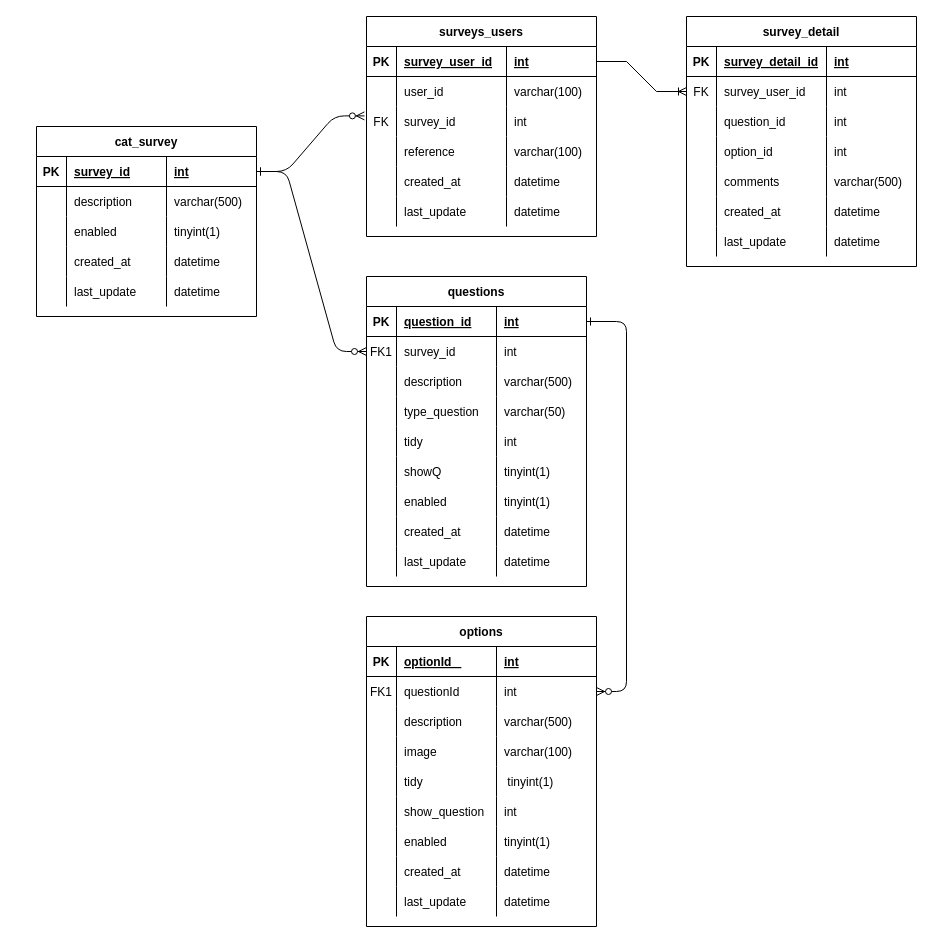
Earlier version of the draw.io diagram page "Surveys" (2 of 4) of Data base/E-R Dev.drawio (marcoluisdf/documentacion). Source tidied: cells renumbered, new cells numbered last; positions are measured from the earlier drawing's top-left corner, leaving out a move shared by most shapes. Both pictures are drawn from the tidied source at 100%, with x=0, y=0 at pixel (-84, 16).
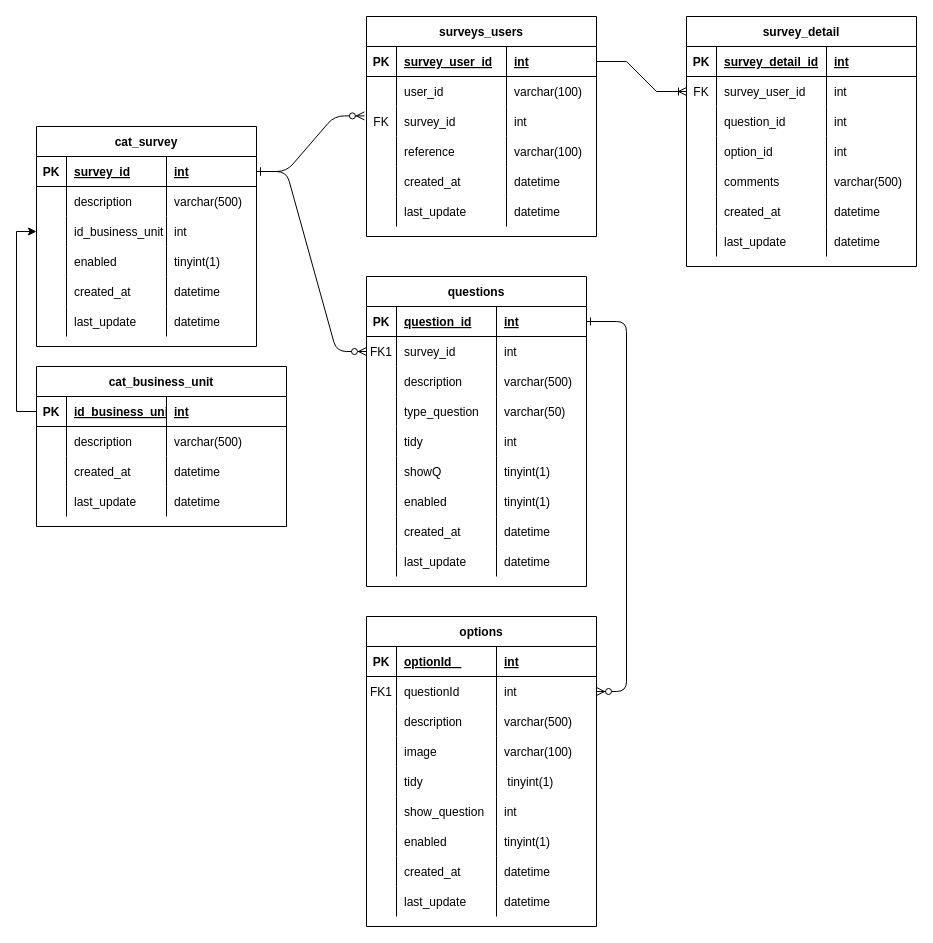
Above is the later version.

What changed in the source:
```diff
@@
     <mxCell id="78" value="cat_survey" style="shape=table;startSize=30;childLayout=tableLayout;rowLines=0;fontStyle=1;align=center;" parent="1" vertex="1">
-      <mxGeometry x="120" y="110" width="220" height="190" as="geometry" />
+      <mxGeometry x="120" y="110" width="220" height="220" as="geometry" />
     </mxCell>
@@
+    <mxCell id="155" style="shape=partialRectangle;fillColor=none;points=[[0,0.5],[1,0.5]];portConstraint=eastwest;top=0;left=0;right=0;bottom=0;" parent="78" vertex="1">
+      <mxGeometry y="90" width="220" height="30" as="geometry" />
+    </mxCell>
+    <mxCell id="156" style="shape=partialRectangle;overflow=hidden;fillColor=none;top=0;left=0;bottom=0;right=0;" parent="155" vertex="1">
+      <mxGeometry width="30" height="30" as="geometry" />
+    </mxCell>
+    <mxCell id="157" value="id_business_unit" style="shape=partialRectangle;overflow=hidden;fillColor=none;top=0;left=0;bottom=0;right=0;align=left;spacingLeft=6;" parent="155" vertex="1">
+      <mxGeometry x="30" width="100" height="30" as="geometry" />
+    </mxCell>
+    <mxCell id="158" value="int" style="shape=partialRectangle;overflow=hidden;fillColor=none;top=0;left=0;bottom=0;right=0;align=left;spacingLeft=6;" parent="155" vertex="1">
+      <mxGeometry x="130" width="90" height="30" as="geometry" />
+    </mxCell>
     <mxCell id="87" style="shape=partialRectangle;fillColor=none;top=0;left=0;right=0;bottom=0;" parent="78" vertex="1">
-      <mxGeometry y="90" width="220" height="30" as="geometry" />
+      <mxGeometry y="120" width="220" height="30" as="geometry" />
     </mxCell>
@@
     <mxCell id="91" style="shape=partialRectangle;fillColor=none;top=0;left=0;right=0;bottom=0;" parent="78" vertex="1">
-      <mxGeometry y="120" width="220" height="30" as="geometry" />
+      <mxGeometry y="150" width="220" height="30" as="geometry" />
     </mxCell>
@@
     <mxCell id="95" style="shape=partialRectangle;fillColor=none;top=0;left=0;right=0;bottom=0;" parent="78" vertex="1">
-      <mxGeometry y="150" width="220" height="30" as="geometry" />
+      <mxGeometry y="180" width="220" height="30" as="geometry" />
     </mxCell>
@@
+    <mxCell id="159" value="cat_business_unit" style="shape=table;startSize=30;childLayout=tableLayout;rowLines=0;fontStyle=1;align=center;" parent="1" vertex="1">
+      <mxGeometry x="120" y="350" width="250" height="160" as="geometry" />
+    </mxCell>
+    <mxCell id="160" style="shape=partialRectangle;fillColor=none;points=[[0,0.5],[1,0.5]];portConstraint=eastwest;top=0;left=0;right=0;bottom=1;" parent="159" vertex="1">
+      <mxGeometry y="30" width="250" height="30" as="geometry" />
+    </mxCell>
+    <mxCell id="161" value="PK" style="shape=partialRectangle;overflow=hidden;fillColor=none;top=0;left=0;bottom=0;right=0;fontStyle=1;" parent="160" vertex="1">
+      <mxGeometry width="30" height="30" as="geometry" />
+    </mxCell>
+    <mxCell id="162" value="id_business_unit" style="shape=partialRectangle;overflow=hidden;fillColor=none;top=0;left=0;bottom=0;right=0;align=left;spacingLeft=6;fontStyle=5;" parent="160" vertex="1">
+      <mxGeometry x="30" width="100" height="30" as="geometry" />
+    </mxCell>
+    <mxCell id="163" value="int" style="shape=partialRectangle;overflow=hidden;fillColor=none;top=0;left=0;bottom=0;right=0;align=left;spacingLeft=6;fontStyle=5;" parent="160" vertex="1">
+      <mxGeometry x="130" width="120" height="30" as="geometry" />
+    </mxCell>
+    <mxCell id="164" style="shape=partialRectangle;fillColor=none;top=0;left=0;right=0;bottom=0;" parent="159" vertex="1">
+      <mxGeometry y="60" width="250" height="30" as="geometry" />
+    </mxCell>
+    <mxCell id="165" style="shape=partialRectangle;overflow=hidden;fillColor=none;top=0;left=0;bottom=0;right=0;" parent="164" vertex="1">
+      <mxGeometry width="30" height="30" as="geometry" />
+    </mxCell>
+    <mxCell id="166" value="description        " style="shape=partialRectangle;overflow=hidden;fillColor=none;top=0;left=0;bottom=0;right=0;align=left;spacingLeft=6;" parent="164" vertex="1">
+      <mxGeometry x="30" width="100" height="30" as="geometry" />
+    </mxCell>
+    <mxCell id="167" value="varchar(500)" style="shape=partialRectangle;overflow=hidden;fillColor=none;top=0;left=0;bottom=0;right=0;align=left;spacingLeft=6;" parent="164" vertex="1">
+      <mxGeometry x="130" width="120" height="30" as="geometry" />
+    </mxCell>
+    <mxCell id="168" style="shape=partialRectangle;fillColor=none;top=0;left=0;right=0;bottom=0;" parent="159" vertex="1">
+      <mxGeometry y="90" width="250" height="30" as="geometry" />
+    </mxCell>
+    <mxCell id="169" style="shape=partialRectangle;overflow=hidden;fillColor=none;top=0;left=0;bottom=0;right=0;" parent="168" vertex="1">
+      <mxGeometry width="30" height="30" as="geometry" />
+    </mxCell>
+    <mxCell id="170" value="created_at       " style="shape=partialRectangle;overflow=hidden;fillColor=none;top=0;left=0;bottom=0;right=0;align=left;spacingLeft=6;" parent="168" vertex="1">
+      <mxGeometry x="30" width="100" height="30" as="geometry" />
+    </mxCell>
+    <mxCell id="171" value="datetime" style="shape=partialRectangle;overflow=hidden;fillColor=none;top=0;left=0;bottom=0;right=0;align=left;spacingLeft=6;" parent="168" vertex="1">
+      <mxGeometry x="130" width="120" height="30" as="geometry" />
+    </mxCell>
+    <mxCell id="172" style="shape=partialRectangle;fillColor=none;top=0;left=0;right=0;bottom=0;" parent="159" vertex="1">
+      <mxGeometry y="120" width="250" height="30" as="geometry" />
+    </mxCell>
+    <mxCell id="173" style="shape=partialRectangle;overflow=hidden;fillColor=none;top=0;left=0;bottom=0;right=0;" parent="172" vertex="1">
+      <mxGeometry width="30" height="30" as="geometry" />
+    </mxCell>
+    <mxCell id="174" value="last_update     " style="shape=partialRectangle;overflow=hidden;fillColor=none;top=0;left=0;bottom=0;right=0;align=left;spacingLeft=6;" parent="172" vertex="1">
+      <mxGeometry x="30" width="100" height="30" as="geometry" />
+    </mxCell>
+    <mxCell id="175" value="datetime" style="shape=partialRectangle;overflow=hidden;fillColor=none;top=0;left=0;bottom=0;right=0;align=left;spacingLeft=6;" parent="172" vertex="1">
+      <mxGeometry x="130" width="120" height="30" as="geometry" />
+    </mxCell>
+    <mxCell id="176" style="edgeStyle=orthogonalEdgeStyle;rounded=0;jettySize=auto;html=1;entryX=0;entryY=0.5;entryDx=0;entryDy=0;" parent="1" edge="1" source="160" target="155">
+      <mxGeometry relative="1" as="geometry" />
+    </mxCell>
```
